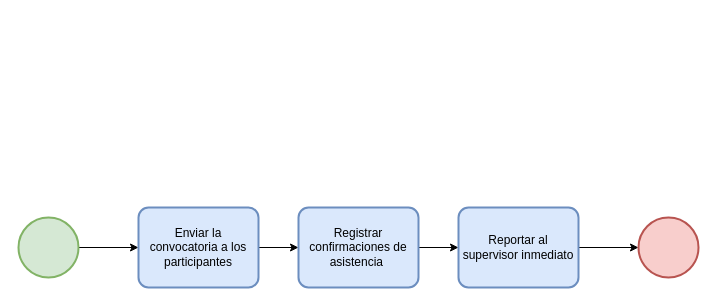
Earlier version of the draw.io diagram BPMN/eventoInicioSimple.drawio (EscaleraG935/Practica1-IDS2). Source tidied: cells renumbered, new cells numbered last; positions are measured from the earlier drawing's top-left corner, leaving out a move shared by most shapes. Both pictures are drawn from the tidied source at 100%, with x=0, y=0 at pixel (18, 207).
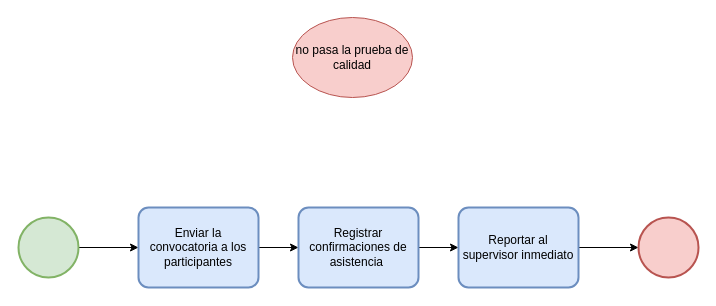
Above is the later version.

Commit message:
se confirma el diagrama

What changed in the source:
```diff
@@
 <mxGraphModel>
   <root>
     <mxCell id="0" />
     <mxCell id="1" parent="0" />
     <mxCell id="2" style="edgeStyle=orthogonalEdgeStyle;rounded=0;jettySize=auto;html=1;entryX=0;entryY=0.5;entryDx=0;entryDy=0;entryPerimeter=0;" parent="1" edge="1" source="3" target="5">
       <mxGeometry relative="1" as="geometry" />
     </mxCell>
     <mxCell id="3" style="points=[[0.145,0.145,0],[0.5,0,0],[0.855,0.145,0],[1,0.5,0],[0.855,0.855,0],[0.5,1,0],[0.145,0.855,0],[0,0.5,0]];shape=mxgraph.bpmn.event;html=1;verticalLabelPosition=bottom;labelBackgroundColor=#ffffff;verticalAlign=top;align=center;perimeter=ellipsePerimeter;outlineConnect=0;outline=standard;symbol=general;fillColor=#d5e8d4;strokeColor=#82b366;strokeWidth=2;" parent="1" vertex="1">
       <mxGeometry y="10" width="60" height="60" as="geometry" />
     </mxCell>
     <mxCell id="4" style="edgeStyle=orthogonalEdgeStyle;rounded=0;jettySize=auto;html=1;entryX=0;entryY=0.5;entryDx=0;entryDy=0;entryPerimeter=0;" parent="1" edge="1" source="5" target="7">
       <mxGeometry relative="1" as="geometry" />
     </mxCell>
     <mxCell id="5" value="Enviar la convocatoria a los participantes" style="points=[[0.25,0,0],[0.5,0,0],[0.75,0,0],[1,0.25,0],[1,0.5,0],[1,0.75,0],[0.75,1,0],[0.5,1,0],[0.25,1,0],[0,0.75,0],[0,0.5,0],[0,0.25,0]];shape=mxgraph.bpmn.task;whiteSpace=wrap;rectStyle=rounded;size=10;html=1;taskMarker=abstract;strokeWidth=2;fillColor=#dae8fc;strokeColor=#6c8ebf;" parent="1" vertex="1">
       <mxGeometry x="120" width="120" height="80" as="geometry" />
     </mxCell>
     <mxCell id="6" style="edgeStyle=orthogonalEdgeStyle;rounded=0;jettySize=auto;html=1;entryX=0;entryY=0.5;entryDx=0;entryDy=0;entryPerimeter=0;" parent="1" edge="1" source="7" target="9">
       <mxGeometry relative="1" as="geometry" />
     </mxCell>
     <mxCell id="7" value="Registrar confirmaciones de asistencia&amp;nbsp;" style="points=[[0.25,0,0],[0.5,0,0],[0.75,0,0],[1,0.25,0],[1,0.5,0],[1,0.75,0],[0.75,1,0],[0.5,1,0],[0.25,1,0],[0,0.75,0],[0,0.5,0],[0,0.25,0]];shape=mxgraph.bpmn.task;whiteSpace=wrap;rectStyle=rounded;size=10;html=1;taskMarker=abstract;strokeWidth=2;fillColor=#dae8fc;strokeColor=#6c8ebf;" parent="1" vertex="1">
       <mxGeometry x="280" width="120" height="80" as="geometry" />
     </mxCell>
     <mxCell id="8" style="edgeStyle=orthogonalEdgeStyle;rounded=0;jettySize=auto;html=1;" parent="1" edge="1" source="9" target="10">
       <mxGeometry relative="1" as="geometry" />
     </mxCell>
     <mxCell id="9" value="Reportar al supervisor inmediato" style="points=[[0.25,0,0],[0.5,0,0],[0.75,0,0],[1,0.25,0],[1,0.5,0],[1,0.75,0],[0.75,1,0],[0.5,1,0],[0.25,1,0],[0,0.75,0],[0,0.5,0],[0,0.25,0]];shape=mxgraph.bpmn.task;whiteSpace=wrap;rectStyle=rounded;size=10;html=1;taskMarker=abstract;strokeWidth=2;fillColor=#dae8fc;strokeColor=#6c8ebf;" parent="1" vertex="1">
       <mxGeometry x="440" width="120" height="80" as="geometry" />
     </mxCell>
     <mxCell id="10" style="points=[[0.145,0.145,0],[0.5,0,0],[0.855,0.145,0],[1,0.5,0],[0.855,0.855,0],[0.5,1,0],[0.145,0.855,0],[0,0.5,0]];shape=mxgraph.bpmn.event;html=1;verticalLabelPosition=bottom;labelBackgroundColor=#ffffff;verticalAlign=top;align=center;perimeter=ellipsePerimeter;outlineConnect=0;outline=standard;symbol=general;fillColor=#f8cecc;strokeColor=#b85450;strokeWidth=2;" parent="1" vertex="1">
       <mxGeometry x="620" y="10" width="60" height="60" as="geometry" />
     </mxCell>
+    <mxCell id="11" value="no pasa la prueba de calidad" style="ellipse;whiteSpace=wrap;html=1;fillColor=#f8cecc;strokeColor=#b85450;" parent="1" vertex="1">
+      <mxGeometry x="274" y="-190" width="120" height="80" as="geometry" />
+    </mxCell>
   </root>
 </mxGraphModel>
```
